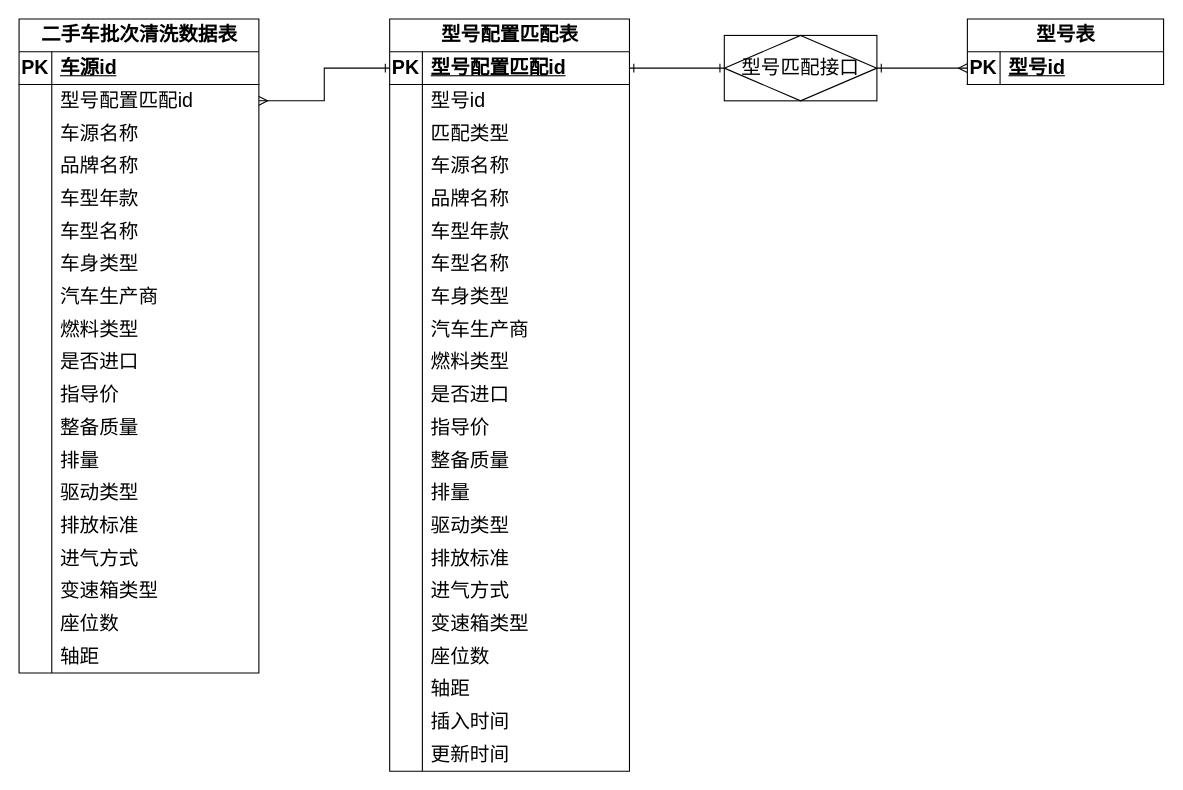
Above: page "数据模型" (2 of 2) of 型号匹配流程优化.drawio in wangzijia122/drawio_repository (draw.io), before the change. Source tidied: cells renumbered, new cells numbered last; positions are measured from the earlier drawing's top-left corner, leaving out a move shared by most shapes. Both pictures are drawn from the tidied source at 109%, with x=0, y=0 at pixel (19, 19).
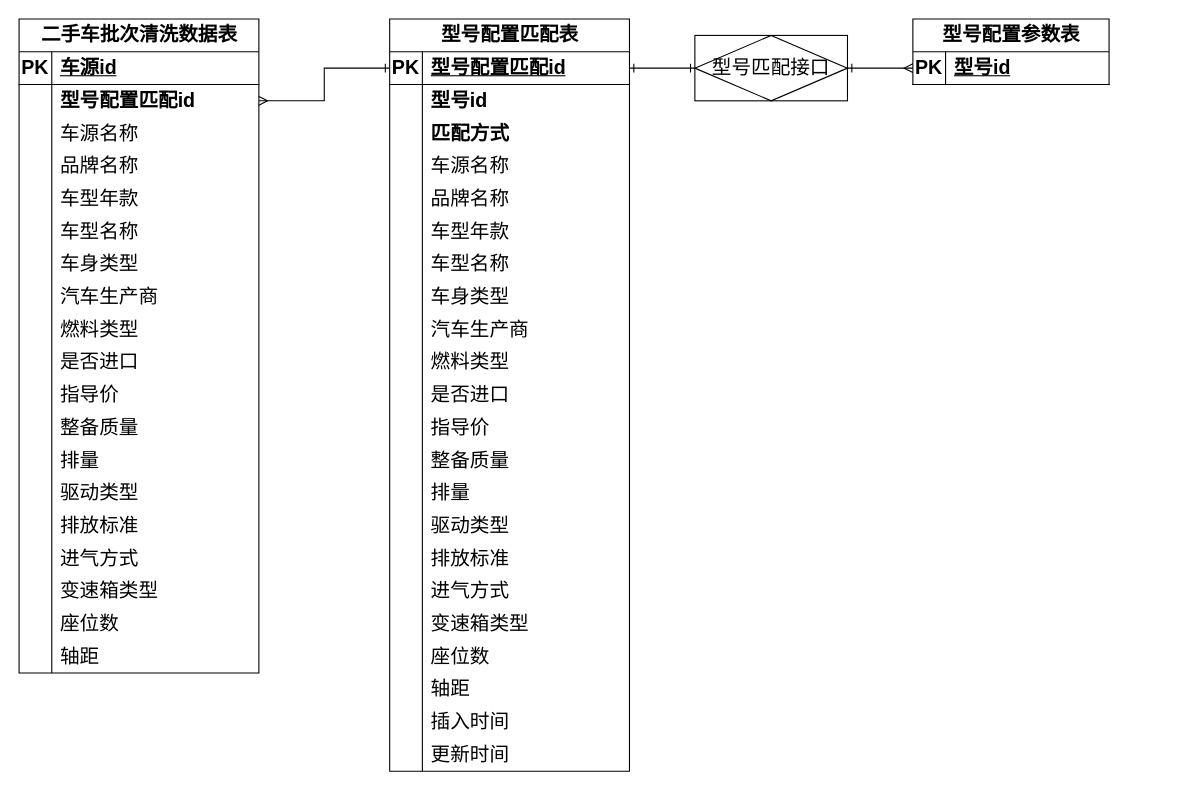
Above is the later version.

Unchanged cells that the change refers to:
```xml
<mxCell id="6" style="shape=tableRow;horizontal=0;startSize=0;swimlaneHead=0;swimlaneBody=0;fillColor=none;top=0;left=0;right=0;bottom=0;fontSize=18;" parent="2" vertex="1">
  <mxGeometry y="60" width="220" height="30" as="geometry" />
</mxCell>
<mxCell id="9" style="shape=tableRow;horizontal=0;startSize=0;swimlaneHead=0;swimlaneBody=0;fillColor=none;top=0;left=0;right=0;bottom=0;fontSize=18;" parent="2" vertex="1">
  <mxGeometry y="90" width="220" height="30" as="geometry" />
</mxCell>
<mxCell id="77" style="shape=tableRow;horizontal=0;startSize=0;swimlaneHead=0;swimlaneBody=0;fillColor=none;points=[[0,0.5],[1,0.5]];portConstraint=eastwest;top=0;left=0;right=0;bottom=0;fontSize=18;" parent="73" vertex="1">
  <mxGeometry y="60" width="220" height="30" as="geometry" />
</mxCell>
```

Change to the diagram source:
```diff
@@
-    <mxCell id="8" value="型号id" style="shape=partialRectangle;fillColor=none;top=0;left=0;bottom=0;right=0;align=left;spacingLeft=6;overflow=hidden;whiteSpace=wrap;html=1;fontSize=18;" parent="6" vertex="1">
+    <mxCell id="8" value="型号id" style="shape=partialRectangle;fillColor=none;top=0;left=0;bottom=0;right=0;align=left;spacingLeft=6;overflow=hidden;whiteSpace=wrap;html=1;fontSize=18;fontStyle=1;" parent="6" vertex="1">
       <mxGeometry x="30" width="190" height="30" as="geometry" />
     </mxCell>
@@
-    <mxCell id="11" value="匹配类型" style="shape=partialRectangle;fillColor=none;top=0;left=0;bottom=0;right=0;align=left;spacingLeft=6;overflow=hidden;whiteSpace=wrap;html=1;fontSize=18;" parent="9" vertex="1">
+    <mxCell id="11" value="匹配方式" style="shape=partialRectangle;fillColor=none;top=0;left=0;bottom=0;right=0;align=left;spacingLeft=6;overflow=hidden;whiteSpace=wrap;html=1;fontSize=18;fontStyle=1;" parent="9" vertex="1">
       <mxGeometry x="30" width="190" height="30" as="geometry" />
     </mxCell>
@@
-    <mxCell id="69" value="型号表" style="shape=table;startSize=30;childLayout=tableLayout;rowLines=0;fontStyle=1;align=center;html=1;fontSize=18;" parent="1" vertex="1">
-      <mxGeometry x="870" width="180" height="60" as="geometry" />
+    <mxCell id="69" value="型号配置参数表" style="shape=table;startSize=30;childLayout=tableLayout;rowLines=0;fontStyle=1;align=center;html=1;fontSize=18;" parent="1" vertex="1">
+      <mxGeometry x="820" width="180" height="60" as="geometry" />
     </mxCell>
@@
-    <mxCell id="79" value="型号配置匹配id" style="shape=partialRectangle;fillColor=none;top=0;left=0;bottom=0;right=0;align=left;spacingLeft=6;overflow=hidden;whiteSpace=wrap;html=1;fontSize=18;" parent="77" vertex="1">
+    <mxCell id="79" value="型号配置匹配id" style="shape=partialRectangle;fillColor=none;top=0;left=0;bottom=0;right=0;align=left;spacingLeft=6;overflow=hidden;whiteSpace=wrap;html=1;fontSize=18;fontStyle=1;" parent="77" vertex="1">
       <mxGeometry x="30" width="190" height="30" as="geometry" />
     </mxCell>
@@
     <mxCell id="133" value="型号匹配接口" style="shape=associativeEntity;whiteSpace=wrap;html=1;align=center;fontSize=18;" parent="1" vertex="1">
-      <mxGeometry x="647" y="15" width="140" height="60" as="geometry" />
+      <mxGeometry x="620" y="15" width="140" height="60" as="geometry" />
     </mxCell>
```
